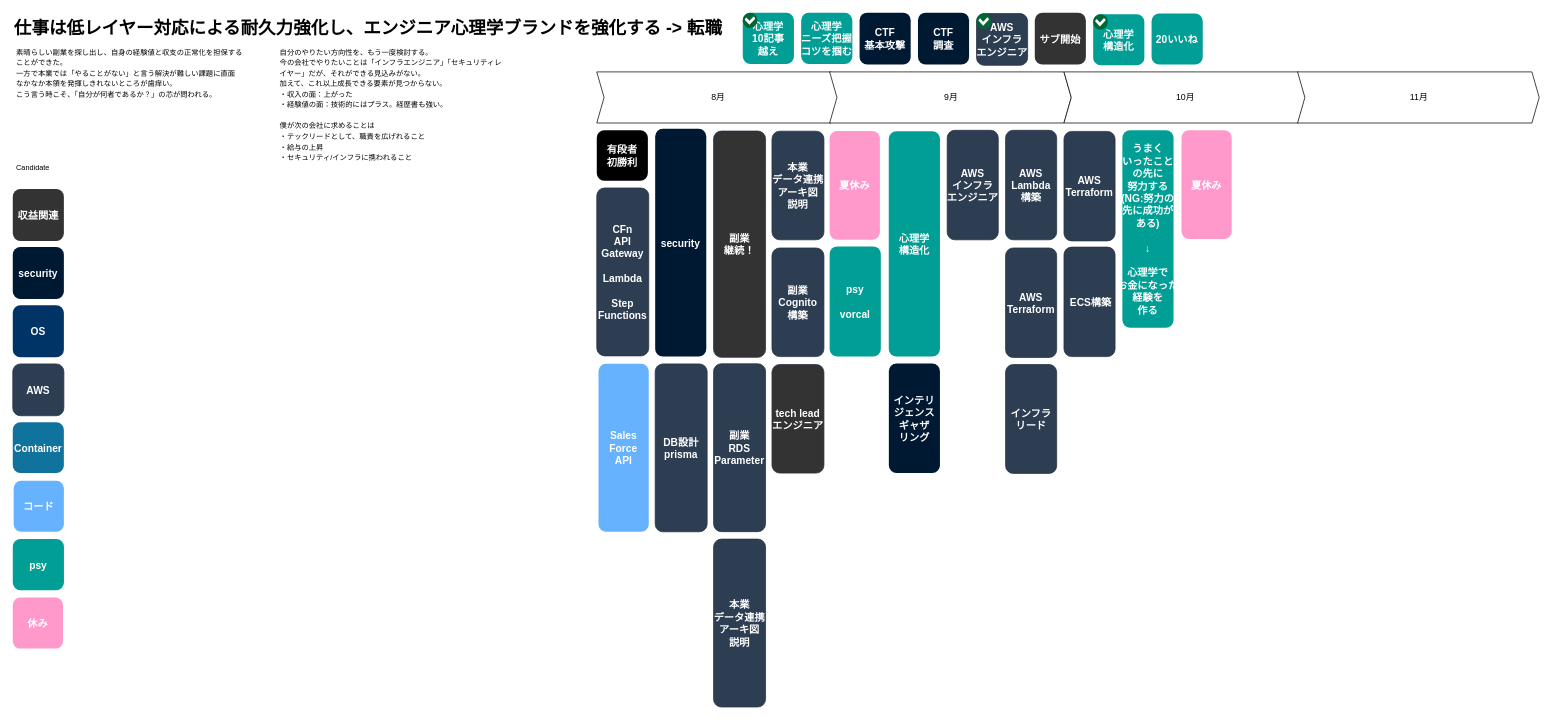
Above: page "2024_08" (3 of 13) of life/life.drawio in minegishirei/draw_v1 (draw.io), before the change. Source tidied: cells renumbered, new cells numbered last; positions are measured from the earlier drawing's top-left corner, leaving out a move shared by most shapes. Both pictures are drawn from the tidied source at 73%, with x=0, y=0 at pixel (12, 12).
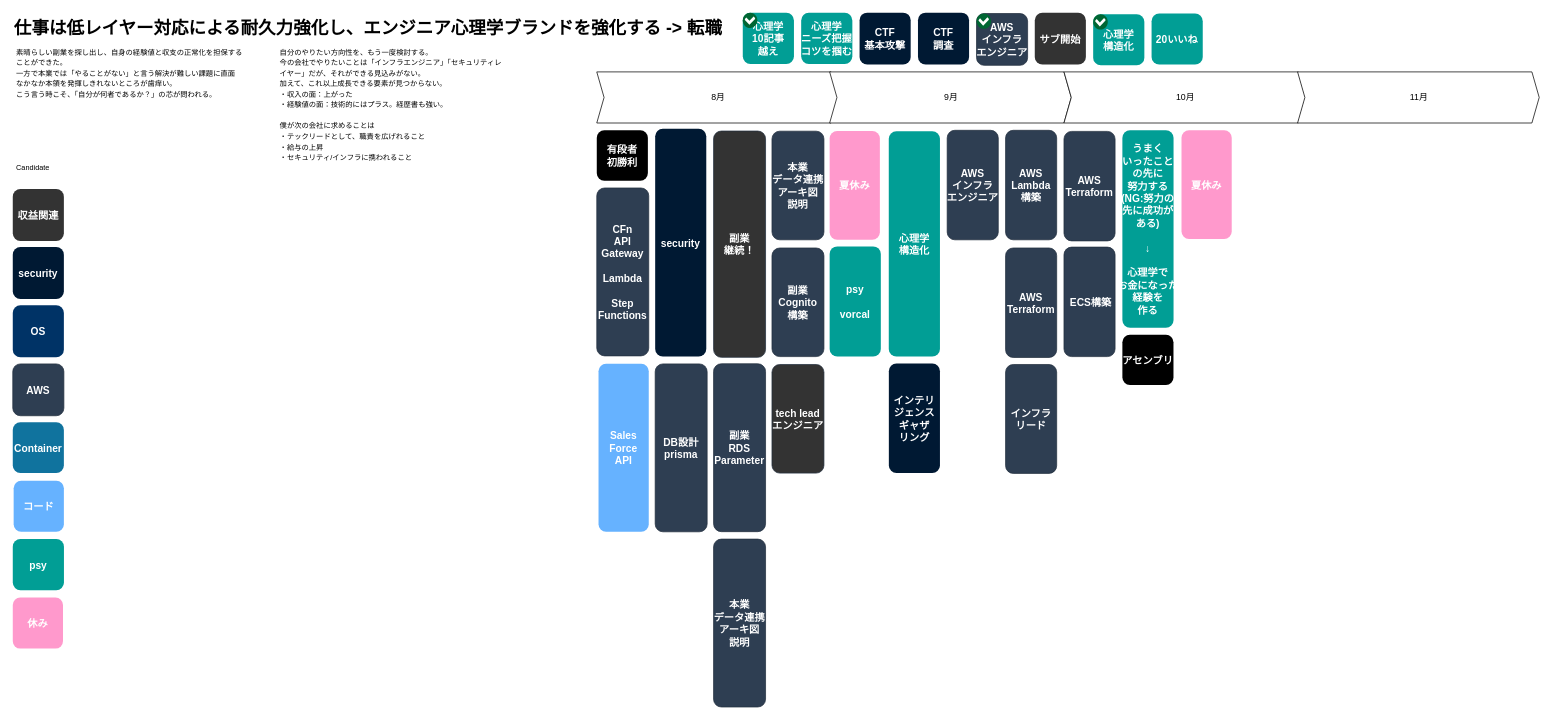
The same page after the edit.

Commit message:
life.drawio を更新します

The edit, as a diff of the source:
```diff
@@
+    <mxCell id="52" value="アセンブリ" style="rounded=1;fillColor=#000000;strokeColor=none;shadow=0;gradientColor=none;fontStyle=1;fontColor=#FFFFFF;fontSize=14;" parent="1" vertex="1">
+      <mxGeometry x="1520" y="441" width="70" height="69" as="geometry" />
+    </mxCell>
```
